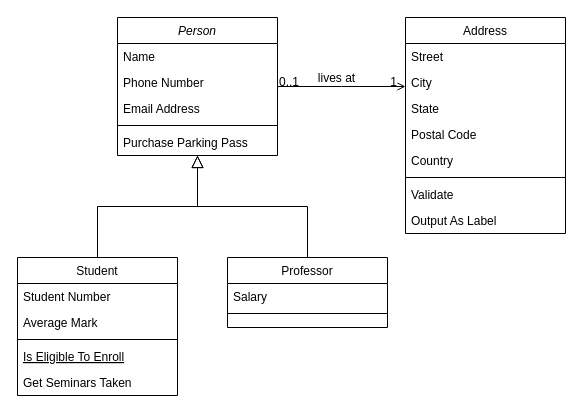
Above: doc/architecture/class diagram - 2.0.drawio in olileger/sequence (draw.io), before the change. Source tidied: cells renumbered, new cells numbered last; positions are measured from the earlier drawing's top-left corner, leaving out a move shared by most shapes. Both pictures are drawn from the tidied source at 100%, with x=0, y=0 at pixel (17, 17).
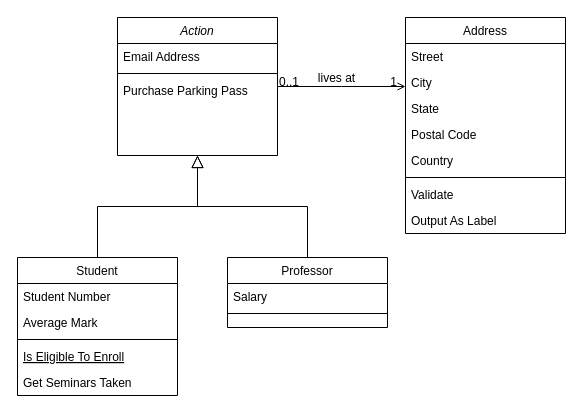
After the change.

Change to the diagram source:
```diff
@@
-    <mxCell id="2" value="Person" style="swimlane;fontStyle=2;align=center;verticalAlign=top;horizontal=1;startSize=26;rounded=0;shadow=0;strokeWidth=1;" parent="1" vertex="1">
+    <mxCell id="2" value="Action" style="swimlane;fontStyle=2;align=center;verticalAlign=top;horizontal=1;startSize=26;rounded=0;shadow=0;strokeWidth=1;" parent="1" vertex="1">
       <mxGeometry x="100" width="160" height="138" as="geometry" />
     </mxCell>
-    <mxCell id="3" value="Name" style="text;align=left;verticalAlign=top;spacingLeft=4;spacingRight=4;overflow=hidden;" parent="2" vertex="1">
-      <mxGeometry y="26" width="160" height="26" as="geometry" />
-    </mxCell>
-    <mxCell id="4" value="Phone Number" style="text;align=left;verticalAlign=top;spacingLeft=4;spacingRight=4;overflow=hidden;rounded=0;shadow=0;html=0;" parent="2" vertex="1">
-      <mxGeometry y="52" width="160" height="26" as="geometry" />
-    </mxCell>
     <mxCell id="5" value="Email Address" style="text;align=left;verticalAlign=top;spacingLeft=4;spacingRight=4;overflow=hidden;rounded=0;shadow=0;html=0;" parent="2" vertex="1">
-      <mxGeometry y="78" width="160" height="26" as="geometry" />
+      <mxGeometry y="26" width="160" height="26" as="geometry" />
     </mxCell>
     <mxCell id="6" style="line;html=1;strokeWidth=1;align=left;verticalAlign=middle;spacingTop=-1;spacingLeft=3;spacingRight=3;labelPosition=right;" parent="2" vertex="1">
-      <mxGeometry y="104" width="160" height="8" as="geometry" />
+      <mxGeometry y="52" width="160" height="8" as="geometry" />
     </mxCell>
     <mxCell id="7" value="Purchase Parking Pass" style="text;align=left;verticalAlign=top;spacingLeft=4;spacingRight=4;overflow=hidden;" parent="2" vertex="1">
-      <mxGeometry y="112" width="160" height="26" as="geometry" />
+      <mxGeometry y="60" width="160" height="26" as="geometry" />
     </mxCell>
```
